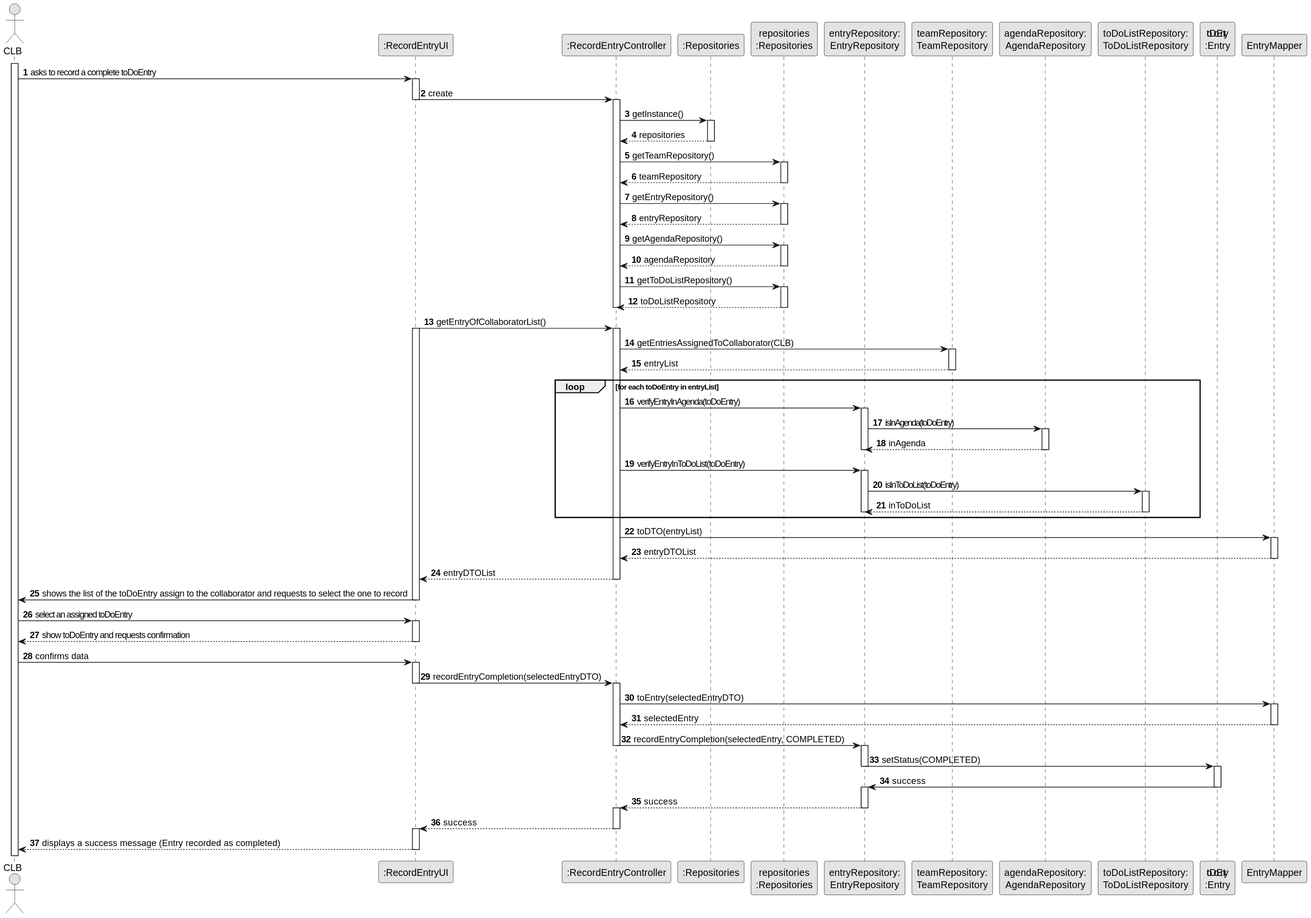
ricardomm7/leaflink keeps this PlantUML diagram as docs/sprintC/us029/03.design/svg/us029-sequence-diagram-full.svg. Above is the earlier version. Its diagram source:
```plantuml
@startuml
skinparam monochrome true
skinparam packageStyle rectangle
skinparam shadowing false

autonumber

actor "CLB" as CLB
participant ":RecordEntryUI" as UI
participant ":RecordEntryController" as CTRL
participant ":Repositories" as RepositorySingleton
participant "repositories\n:Repositories" as PLAT
participant "entryRepository:\nEntryRepository" as EntryRepo
participant "teamRepository:\nTeamRepository" as TeamRepo
participant "agendaRepository:\nAgendaRepository" as AgendaRepo
participant "toDoListRepository:\nToDoListRepository" as ToDoRepo
participant "entry\n:Entry" as Entry
participant "EntryMapper" as EntryMapper

activate CLB

    CLB -> UI : asks to record a complete entry
    activate UI

        UI -> CTRL : create
        deactivate UI
        activate CTRL

            CTRL -> RepositorySingleton: getInstance()
            activate RepositorySingleton

                RepositorySingleton --> CTRL: repositories
            deactivate RepositorySingleton

            CTRL -> PLAT : getTeamRepository()
            activate PLAT

                PLAT --> CTRL: teamRepository
            deactivate PLAT

            CTRL -> PLAT : getEntryRepository()
            activate PLAT

                PLAT --> CTRL: entryRepository
            deactivate PLAT

            CTRL -> PLAT : getAgendaRepository()
            activate PLAT

                PLAT --> CTRL: agendaRepository
            deactivate PLAT

            CTRL -> PLAT : getToDoListRepository()
            activate PLAT

                PLAT --> CTRL: toDoListRepository
            deactivate PLAT

        deactivate CTRL

        UI -> CTRL: getEntryOfCollaboratorList()
        activate UI
        activate CTRL

            CTRL -> TeamRepo: getEntriesAssignedToCollaborator(CLB)
            activate TeamRepo

                TeamRepo --> CTRL: entryList
            deactivate TeamRepo

            loop for each entry in entryList
                CTRL -> EntryRepo: verifyEntryInAgenda(entry)
                activate EntryRepo

                    EntryRepo -> AgendaRepo: isInAgenda(entry)
                    activate AgendaRepo

                        AgendaRepo --> EntryRepo: inAgenda
                    deactivate AgendaRepo

                deactivate EntryRepo

                CTRL -> EntryRepo: verifyEntryInToDoList(entry)
                activate EntryRepo

                    EntryRepo -> ToDoRepo: isInToDoList(entry)
                    activate ToDoRepo

                        ToDoRepo --> EntryRepo: inToDoList
                    deactivate ToDoRepo

                deactivate EntryRepo
            end

            CTRL -> EntryMapper : toDTO(entryList)
            activate EntryMapper

                EntryMapper --> CTRL : entryDTOList
            deactivate EntryMapper

            CTRL --> UI : entryDTOList
        deactivate CTRL

        UI -> CLB : shows the list of the entry assign to the collaborator and requests to select the one to record
    deactivate UI

    CLB -> UI : select an assigned entry
    activate UI

        UI --> CLB : show entry and requests confirmation
    deactivate UI

    CLB -> UI : confirms data
    activate UI

        UI -> CTRL : recordEntryCompletion(selectedEntryDTO)
        deactivate UI
        activate CTRL

            CTRL -> EntryMapper : toEntry(selectedEntryDTO)
            activate EntryMapper

                EntryMapper --> CTRL : selectedEntry
            deactivate EntryMapper

            CTRL -> EntryRepo : recordEntryCompletion(selectedEntry, COMPLETED)
            deactivate CTRL
            activate EntryRepo

                EntryRepo -> Entry : setStatus(COMPLETED)
                deactivate EntryRepo
                activate Entry

                Entry -> EntryRepo : success
                deactivate Entry
                activate EntryRepo

            EntryRepo --> CTRL : success
            deactivate EntryRepo
            activate CTRL

            CTRL --> UI : success
        deactivate CTRL
        activate UI

        UI --> CLB : displays a success message (Entry recorded as completed)
    deactivate UI
@enduml
```
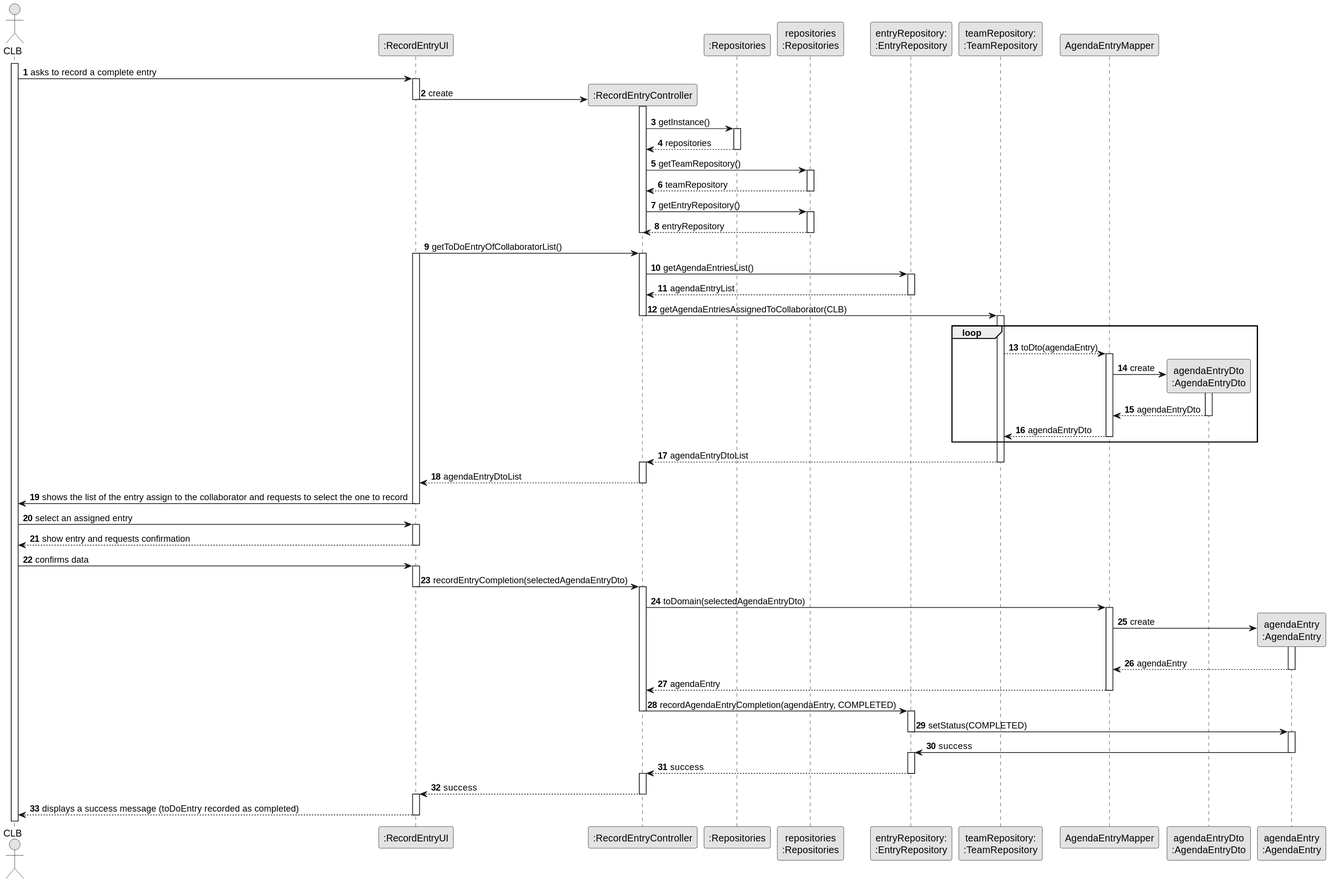
Above is the later version.

The edit, as a diff of the source:
```diff
@@ -10,19 +10,19 @@
 participant ":RecordEntryController" as CTRL
 participant ":Repositories" as RepositorySingleton
 participant "repositories\n:Repositories" as PLAT
-participant "entryRepository:\nEntryRepository" as EntryRepo
-participant "teamRepository:\nTeamRepository" as TeamRepo
-participant "agendaRepository:\nAgendaRepository" as AgendaRepo
-participant "toDoListRepository:\nToDoListRepository" as ToDoRepo
-participant "entry\n:Entry" as Entry
-participant "EntryMapper" as EntryMapper
+participant "entryRepository:\n:EntryRepository" as EntryRepo
+participant "teamRepository:\n:TeamRepository" as TeamRepo
+participant "AgendaEntryMapper" as EntryMapper
+participant "agendaEntryDto\n:AgendaEntryDto" as EntryDto
+participant "agendaEntry\n:AgendaEntry" as AgendaEntry
+
 
 activate CLB
 
     CLB -> UI : asks to record a complete entry
     activate UI
 
-        UI -> CTRL : create
+        UI -> CTRL** : create
         deactivate UI
         activate CTRL
 
@@ -44,61 +44,41 @@
                 PLAT --> CTRL: entryRepository
             deactivate PLAT
 
-            CTRL -> PLAT : getAgendaRepository()
-            activate PLAT
-
-                PLAT --> CTRL: agendaRepository
-            deactivate PLAT
-
-            CTRL -> PLAT : getToDoListRepository()
-            activate PLAT
-
-                PLAT --> CTRL: toDoListRepository
-            deactivate PLAT
 
         deactivate CTRL
 
-        UI -> CTRL: getEntryOfCollaboratorList()
+        UI -> CTRL: getToDoEntryOfCollaboratorList()
         activate UI
         activate CTRL
 
-            CTRL -> TeamRepo: getEntriesAssignedToCollaborator(CLB)
+            CTRL -> EntryRepo: getAgendaEntriesList()
+            activate EntryRepo
+
+            EntryRepo --> CTRL: agendaEntryList
+            deactivate EntryRepo
+
+            CTRL -> TeamRepo: getAgendaEntriesAssignedToCollaborator(CLB)
+            deactivate CTRL
             activate TeamRepo
 
-                TeamRepo --> CTRL: entryList
+            loop
+                TeamRepo --> EntryMapper: toDto(agendaEntry)
+                activate EntryMapper
+
+                    EntryMapper -> EntryDto** : create
+                    activate EntryDto
+
+                    EntryDto --> EntryMapper : agendaEntryDto
+                    deactivate EntryDto
+
+                EntryMapper --> TeamRepo: agendaEntryDto
+                deactivate EntryMapper
+            end
+                TeamRepo --> CTRL: agendaEntryDtoList
             deactivate TeamRepo
+        activate CTRL
 
-            loop for each entry in entryList
-                CTRL -> EntryRepo: verifyEntryInAgenda(entry)
-                activate EntryRepo
-
-                    EntryRepo -> AgendaRepo: isInAgenda(entry)
-                    activate AgendaRepo
-
-                        AgendaRepo --> EntryRepo: inAgenda
-                    deactivate AgendaRepo
-
-                deactivate EntryRepo
-
-                CTRL -> EntryRepo: verifyEntryInToDoList(entry)
-                activate EntryRepo
-
-                    EntryRepo -> ToDoRepo: isInToDoList(entry)
-                    activate ToDoRepo
-
-                        ToDoRepo --> EntryRepo: inToDoList
-                    deactivate ToDoRepo
-
-                deactivate EntryRepo
-            end
-
-            CTRL -> EntryMapper : toDTO(entryList)
-            activate EntryMapper
-
-                EntryMapper --> CTRL : entryDTOList
-            deactivate EntryMapper
-
-            CTRL --> UI : entryDTOList
+        CTRL --> UI : agendaEntryDtoList
         deactivate CTRL
 
         UI -> CLB : shows the list of the entry assign to the collaborator and requests to select the one to record
@@ -113,26 +93,32 @@
     CLB -> UI : confirms data
     activate UI
 
-        UI -> CTRL : recordEntryCompletion(selectedEntryDTO)
+        UI -> CTRL : recordEntryCompletion(selectedAgendaEntryDto)
         deactivate UI
         activate CTRL
 
-            CTRL -> EntryMapper : toEntry(selectedEntryDTO)
+            CTRL -> EntryMapper : toDomain(selectedAgendaEntryDto)
             activate EntryMapper
 
-                EntryMapper --> CTRL : selectedEntry
+                EntryMapper -> AgendaEntry** : create
+                activate AgendaEntry
+
+                AgendaEntry --> EntryMapper : agendaEntry
+                deactivate AgendaEntry
+
+                EntryMapper --> CTRL : agendaEntry
             deactivate EntryMapper
 
-            CTRL -> EntryRepo : recordEntryCompletion(selectedEntry, COMPLETED)
+            CTRL -> EntryRepo : recordAgendaEntryCompletion(agendaEntry, COMPLETED)
             deactivate CTRL
             activate EntryRepo
 
-                EntryRepo -> Entry : setStatus(COMPLETED)
+                EntryRepo -> AgendaEntry : setStatus(COMPLETED)
                 deactivate EntryRepo
-                activate Entry
+                activate AgendaEntry
 
-                Entry -> EntryRepo : success
-                deactivate Entry
+                AgendaEntry -> EntryRepo : success
+                deactivate AgendaEntry
                 activate EntryRepo
 
             EntryRepo --> CTRL : success
@@ -143,6 +129,6 @@
         deactivate CTRL
         activate UI
 
-        UI --> CLB : displays a success message (Entry recorded as completed)
+        UI --> CLB : displays a success message (toDoEntry recorded as completed)
     deactivate UI
 @enduml
```
